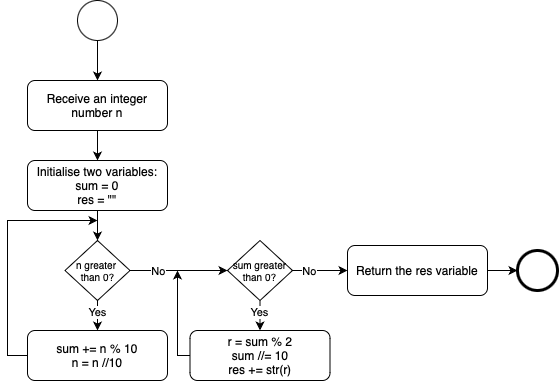
Earlier version of the draw.io export data/human_eval/p084/bpmn/l3.drawio.png (carlodenardin/svlm). Source tidied: cells renumbered, new cells last; positions are measured from the earlier drawing's top-left corner, leaving out a move shared by most shapes.
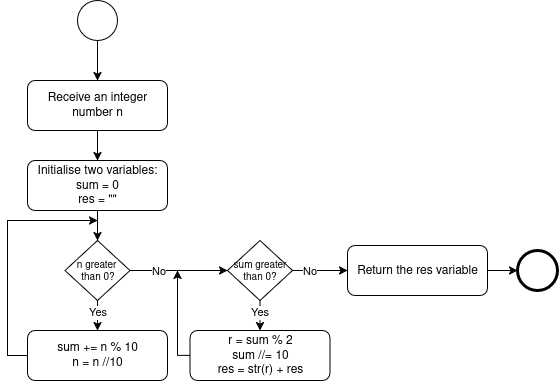
The same file after the commit.

What changed in the source:
```diff
@@ -17,68 +17,68 @@
     <mxCell id="6" style="endArrow=classic;html=1;rounded=0;exitX=0.5;exitY=1;exitDx=0;exitDy=0;entryX=0.5;entryY=0;entryDx=0;entryDy=0;" parent="1" edge="1" source="3" target="4">
       <mxGeometry relative="1" as="geometry" />
     </mxCell>
-    <mxCell id="7" style="endArrow=classic;html=1;rounded=0;exitX=0.5;exitY=1;exitDx=0;exitDy=0;entryX=0.5;entryY=0;entryDx=0;entryDy=0;" parent="1" edge="1" source="4">
-      <mxGeometry relative="1" as="geometry">
-        <mxPoint x="90" y="240" as="targetPoint" />
-      </mxGeometry>
-    </mxCell>
+    <mxCell id="25" style="endArrow=classic;html=1;rounded=0;exitX=0.5;exitY=1;exitDx=0;exitDy=0;entryX=0.5;entryY=0;entryDx=0;entryDy=0;" parent="1" edge="1" source="4">
+      <mxGeometry relative="1" as="geometry">
+        <mxPoint x="90" y="240" as="targetPoint" />
+      </mxGeometry>
+    </mxCell>
     <mxCell id="8" value="n greater&amp;nbsp;&lt;div&gt;than 0?&lt;/div&gt;" style="rhombus;whiteSpace=wrap;html=1;fontSize=10;" parent="1" vertex="1">
       <mxGeometry x="57.5" y="240" width="65" height="60" as="geometry" />
     </mxCell>
-    <mxCell id="9" style="endArrow=classic;html=1;rounded=0;entryX=0.5;entryY=0;entryDx=0;entryDy=0;" parent="1" edge="1" target="11">
-      <mxGeometry relative="1" as="geometry">
-        <mxPoint x="90" y="300" as="sourcePoint" />
-      </mxGeometry>
-    </mxCell>
-    <mxCell id="10" value="Yes" style="edgeLabel;html=1;align=center;verticalAlign=middle;" parent="9" vertex="1">
-      <mxGeometry x="-0.3" y="-1" relative="1" as="geometry" />
-    </mxCell>
+    <mxCell id="26" style="endArrow=classic;html=1;rounded=0;entryX=0.5;entryY=0;entryDx=0;entryDy=0;" parent="1" edge="1" target="11">
+      <mxGeometry relative="1" as="geometry">
+        <mxPoint x="90" y="300" as="sourcePoint" />
+      </mxGeometry>
+    </mxCell>
+    <mxCell id="27" value="Yes" style="edgeLabel;html=1;align=center;verticalAlign=middle;" parent="26" vertex="1">
+      <mxGeometry x="-0.3" y="-1" relative="1" as="geometry" />
+    </mxCell>
     <mxCell id="11" value="sum += n % 10&lt;div&gt;n = n //10&lt;/div&gt;" style="rounded=1;whiteSpace=wrap;html=1;" parent="1" vertex="1">
       <mxGeometry x="20" y="330" width="140" height="50" as="geometry" />
     </mxCell>
-    <mxCell id="12" style="endArrow=classic;html=1;rounded=0;exitX=0;exitY=0.5;exitDx=0;exitDy=0;" parent="1" edge="1" source="11">
-      <mxGeometry relative="1" as="geometry">
-        <mxPoint x="90" y="220" as="targetPoint" />
-        <Array as="points">
-          <mxPoint y="355" />
-          <mxPoint y="220" />
-        </Array>
-      </mxGeometry>
-    </mxCell>
-    <mxCell id="13" style="endArrow=classic;html=1;rounded=0;exitX=1;exitY=0.5;exitDx=0;exitDy=0;entryX=0;entryY=0.5;entryDx=0;entryDy=0;" parent="1" edge="1" source="8">
-      <mxGeometry relative="1" as="geometry">
-        <mxPoint x="220" y="270" as="targetPoint" />
-      </mxGeometry>
-    </mxCell>
-    <mxCell id="14" value="No" style="edgeLabel;html=1;align=center;verticalAlign=middle;" parent="13" vertex="1">
-      <mxGeometry x="-0.42" relative="1" as="geometry" />
-    </mxCell>
+    <mxCell id="28" style="endArrow=classic;html=1;rounded=0;exitX=0;exitY=0.5;exitDx=0;exitDy=0;" parent="1" edge="1" source="11">
+      <mxGeometry relative="1" as="geometry">
+        <mxPoint x="90" y="220" as="targetPoint" />
+        <Array as="points">
+          <mxPoint y="355" />
+          <mxPoint y="220" />
+        </Array>
+      </mxGeometry>
+    </mxCell>
+    <mxCell id="29" style="endArrow=classic;html=1;rounded=0;exitX=1;exitY=0.5;exitDx=0;exitDy=0;entryX=0;entryY=0.5;entryDx=0;entryDy=0;" parent="1" edge="1" source="8">
+      <mxGeometry relative="1" as="geometry">
+        <mxPoint x="220" y="270" as="targetPoint" />
+      </mxGeometry>
+    </mxCell>
+    <mxCell id="30" value="No" style="edgeLabel;html=1;align=center;verticalAlign=middle;" parent="29" vertex="1">
+      <mxGeometry x="-0.42" relative="1" as="geometry" />
+    </mxCell>
     <mxCell id="15" value="sum greater&lt;div&gt;than 0?&lt;/div&gt;" style="rhombus;whiteSpace=wrap;html=1;fontSize=10;" parent="1" vertex="1">
       <mxGeometry x="220" y="240" width="65" height="60" as="geometry" />
     </mxCell>
-    <mxCell id="16" style="edgeStyle=orthogonalEdgeStyle;rounded=0;jettySize=auto;html=1;exitX=0;exitY=0.5;exitDx=0;exitDy=0;" parent="1" edge="1" source="17">
-      <mxGeometry relative="1" as="geometry">
-        <mxPoint x="170" y="270" as="targetPoint" />
-        <Array as="points">
-          <mxPoint x="170" y="355" />
-        </Array>
-      </mxGeometry>
-    </mxCell>
-    <mxCell id="17" value="r = sum % 2&lt;div&gt;sum //= 10&lt;/div&gt;&lt;div&gt;res += str(r)&lt;/div&gt;" style="rounded=1;whiteSpace=wrap;html=1;" parent="1" vertex="1">
-      <mxGeometry x="182.5" y="330" width="140" height="50" as="geometry" />
-    </mxCell>
-    <mxCell id="18" style="endArrow=classic;html=1;rounded=0;entryX=0.5;entryY=0;entryDx=0;entryDy=0;exitX=0.5;exitY=1;exitDx=0;exitDy=0;" parent="1" edge="1" source="15" target="17">
-      <mxGeometry relative="1" as="geometry" />
-    </mxCell>
-    <mxCell id="19" value="Yes" style="edgeLabel;html=1;align=center;verticalAlign=middle;" parent="18" vertex="1">
-      <mxGeometry x="-0.3" y="-1" relative="1" as="geometry" />
-    </mxCell>
+    <mxCell id="31" style="edgeStyle=orthogonalEdgeStyle;rounded=0;jettySize=auto;html=1;exitX=0;exitY=0.5;exitDx=0;exitDy=0;" parent="1" edge="1" source="32">
+      <mxGeometry relative="1" as="geometry">
+        <mxPoint x="170" y="270" as="targetPoint" />
+        <Array as="points">
+          <mxPoint x="170" y="355" />
+        </Array>
+      </mxGeometry>
+    </mxCell>
+    <mxCell id="32" value="r = sum % 2&lt;div&gt;sum //= 10&lt;/div&gt;&lt;div&gt;res = str(r) + res&lt;/div&gt;" style="rounded=1;whiteSpace=wrap;html=1;" parent="1" vertex="1">
+      <mxGeometry x="182.5" y="330" width="140" height="50" as="geometry" />
+    </mxCell>
+    <mxCell id="33" style="endArrow=classic;html=1;rounded=0;entryX=0.5;entryY=0;entryDx=0;entryDy=0;exitX=0.5;exitY=1;exitDx=0;exitDy=0;" parent="1" edge="1" source="15" target="32">
+      <mxGeometry relative="1" as="geometry" />
+    </mxCell>
+    <mxCell id="34" value="Yes" style="edgeLabel;html=1;align=center;verticalAlign=middle;" parent="33" vertex="1">
+      <mxGeometry x="-0.3" y="-1" relative="1" as="geometry" />
+    </mxCell>
     <mxCell id="20" style="endArrow=classic;html=1;rounded=0;exitX=1;exitY=0.5;exitDx=0;exitDy=0;entryX=0;entryY=0.5;entryDx=0;entryDy=0;" parent="1" edge="1" source="15" target="22">
       <mxGeometry relative="1" as="geometry" />
     </mxCell>
-    <mxCell id="21" value="No" style="edgeLabel;html=1;align=center;verticalAlign=middle;" parent="20" vertex="1">
-      <mxGeometry x="-0.42" relative="1" as="geometry" />
-    </mxCell>
+    <mxCell id="35" value="No" style="edgeLabel;html=1;align=center;verticalAlign=middle;" parent="20" vertex="1">
+      <mxGeometry x="-0.42" relative="1" as="geometry" />
+    </mxCell>
     <mxCell id="22" value="Return the res variable" style="rounded=1;whiteSpace=wrap;html=1;" parent="1" vertex="1">
       <mxGeometry x="340" y="245" width="140" height="50" as="geometry" />
     </mxCell>
```
